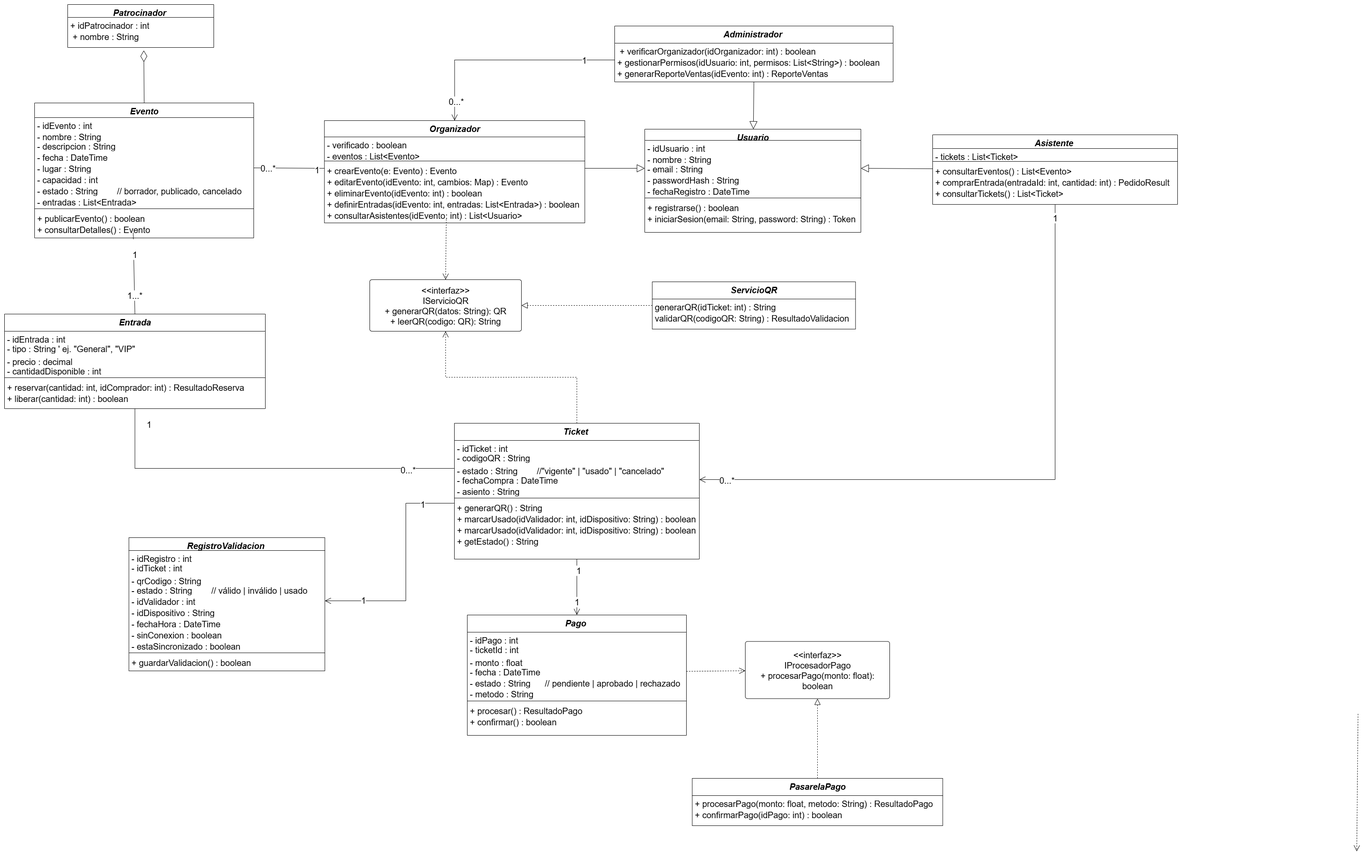
The draw.io diagram Diagrama_de_ClasesPUMFEST.drawio.png in Asnarck7/Diagramas, before a commit. Source tidied: cells renumbered, new cells last; positions are measured from the earlier drawing's top-left corner, leaving out a move shared by most shapes.
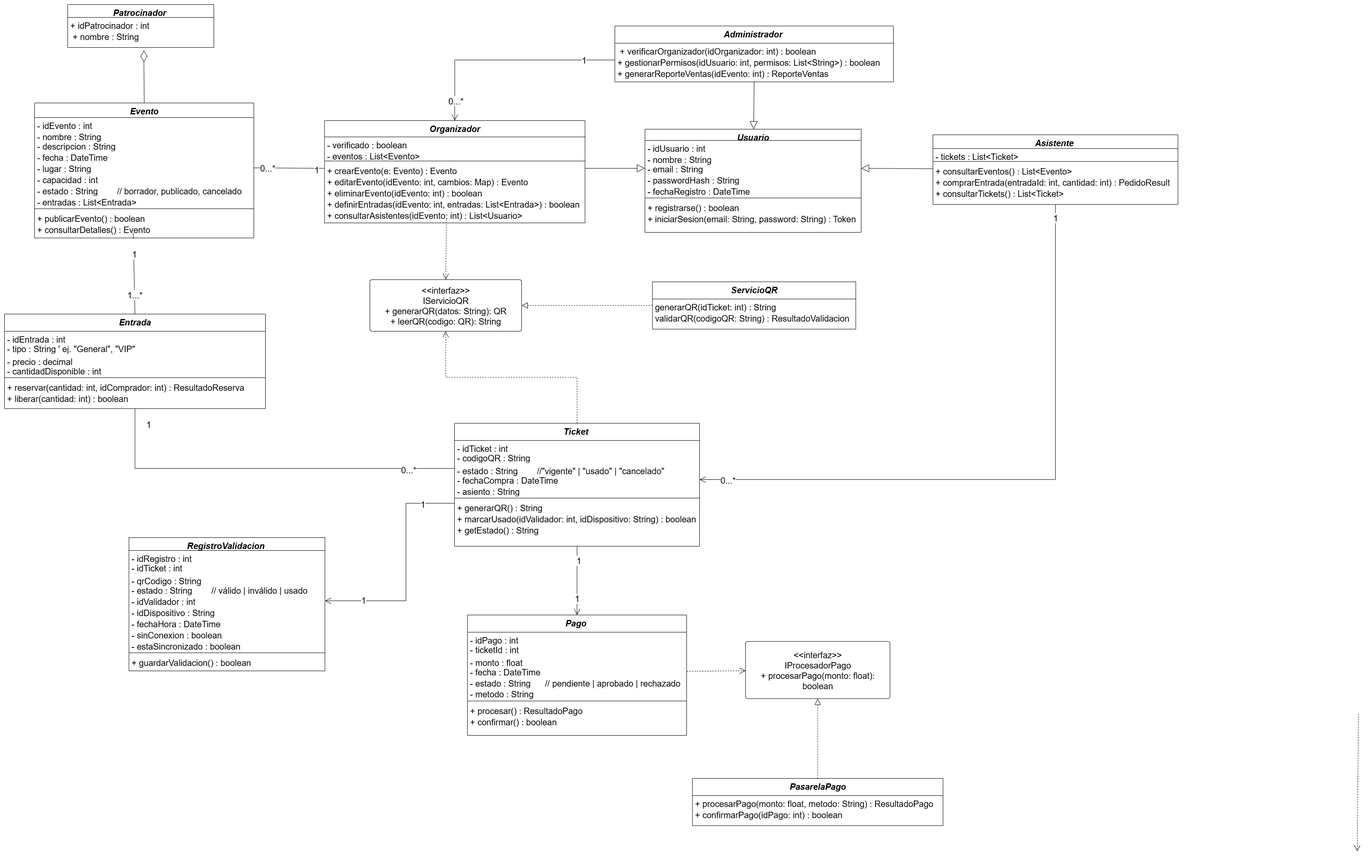
Later version of the same file.

What changed in the source:
```diff
@@ -123,7 +123,7 @@
       <mxGeometry y="276" width="510" height="26" as="geometry" />
     </mxCell>
     <mxCell id="42" value="Ticket " style="swimlane;fontStyle=3;align=center;verticalAlign=top;horizontal=1;startSize=40;rounded=0;shadow=0;strokeWidth=1;fontSize=20;" parent="1" vertex="1">
-      <mxGeometry x="1047" y="974" width="570" height="316" as="geometry" />
+      <mxGeometry x="1047" y="974" width="570" height="286" as="geometry" />
     </mxCell>
     <mxCell id="43" value="- idTicket : int" style="text;align=left;verticalAlign=top;spacingLeft=4;spacingRight=4;overflow=hidden;rounded=0;shadow=0;html=0;fontSize=20;" parent="42" vertex="1">
       <mxGeometry y="40" width="570" height="26" as="geometry" />
@@ -149,11 +149,8 @@
     <mxCell id="50" value="+ marcarUsado(idValidador: int, idDispositivo: String) : boolean" style="text;align=left;verticalAlign=top;spacingLeft=4;spacingRight=4;overflow=hidden;fontSize=20;" parent="42" vertex="1">
       <mxGeometry y="204" width="570" height="26" as="geometry" />
     </mxCell>
-    <mxCell id="51" value="+ marcarUsado(idValidador: int, idDispositivo: String) : boolean" style="text;align=left;verticalAlign=top;spacingLeft=4;spacingRight=4;overflow=hidden;fontSize=20;" parent="42" vertex="1">
-      <mxGeometry y="230" width="570" height="26" as="geometry" />
-    </mxCell>
     <mxCell id="52" value="+ getEstado() : String" style="text;align=left;verticalAlign=top;spacingLeft=4;spacingRight=4;overflow=hidden;fontSize=20;" parent="42" vertex="1">
-      <mxGeometry y="256" width="570" height="26" as="geometry" />
+      <mxGeometry y="230" width="570" height="26" as="geometry" />
     </mxCell>
     <mxCell id="53" value="Pago " style="swimlane;fontStyle=3;align=center;verticalAlign=top;horizontal=1;startSize=40;rounded=0;shadow=0;strokeWidth=1;fontSize=20;" parent="1" vertex="1">
       <mxGeometry x="1077" y="1420" width="510" height="280" as="geometry" />
```
